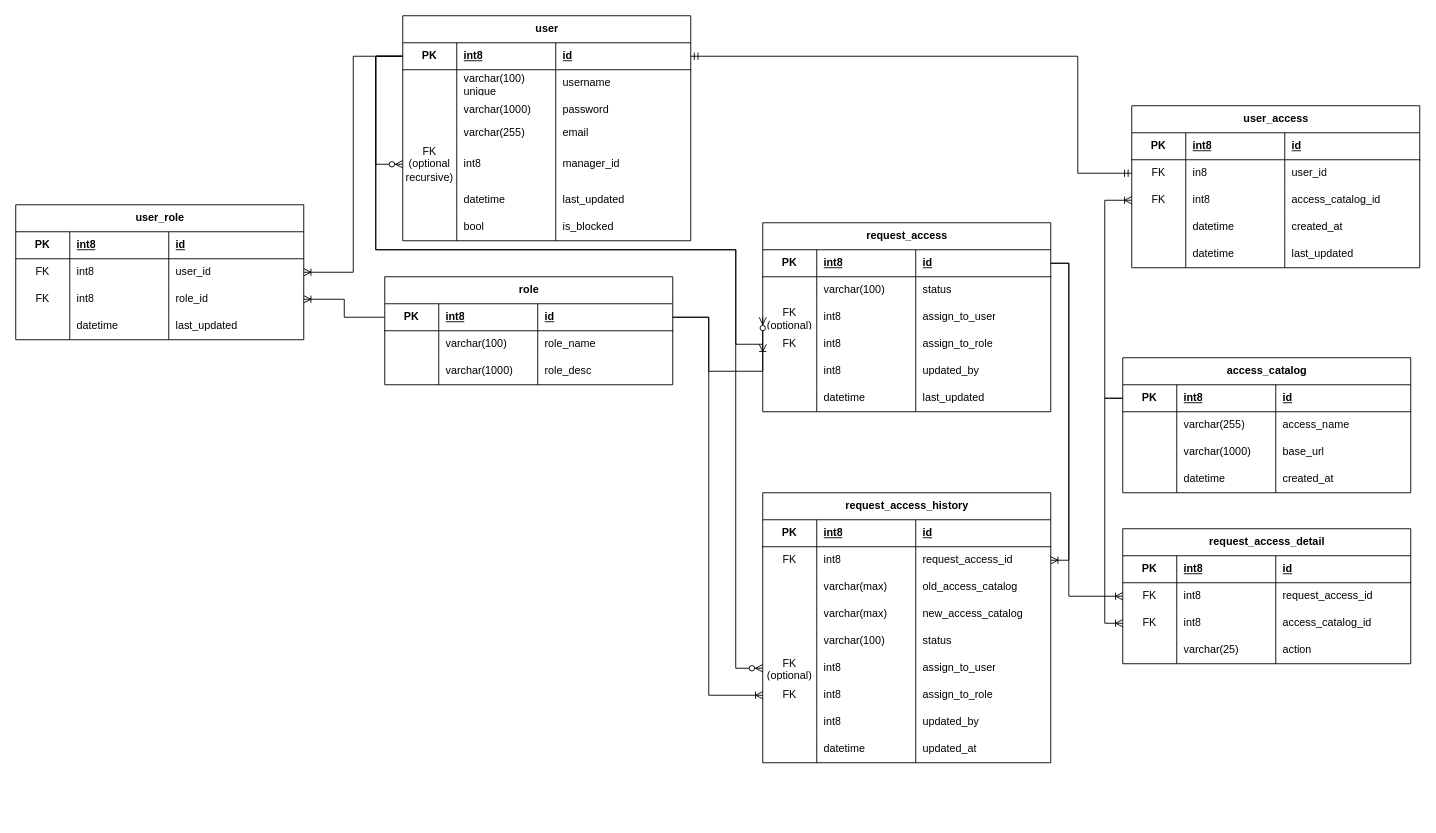
DakiGemoy/iam-services keeps this draw.io diagram as iam_service_erd.drawio. Above is the earlier version. Source tidied: cells renumbered, new cells numbered last; positions are measured from the earlier drawing's top-left corner, leaving out a move shared by most shapes. Both pictures are drawn from the tidied source at 90%, with x=0, y=0 at pixel (15, 15).
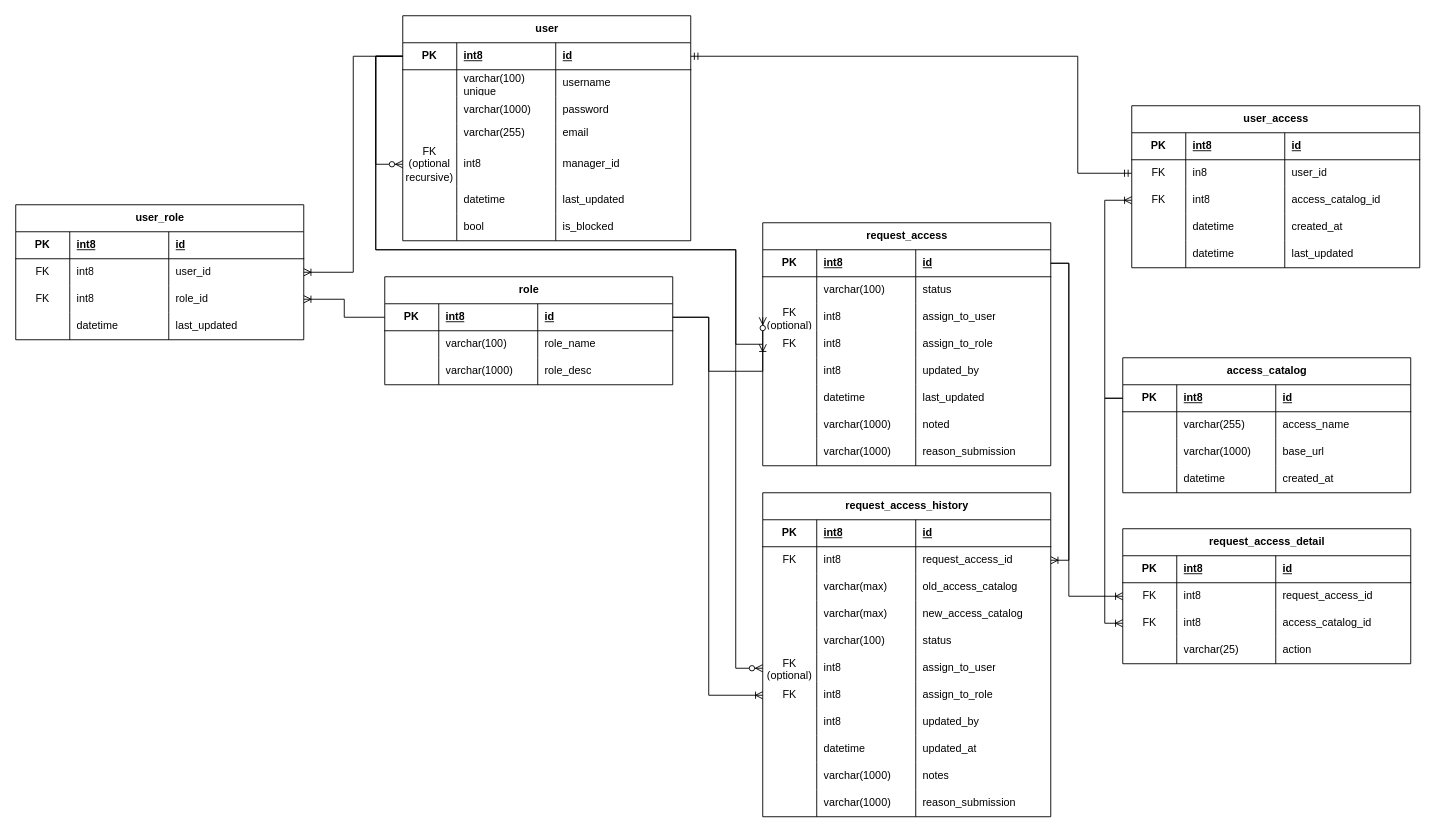
The same diagram, later.

Commit message:
finalisasi erd

What changed in the source:
```diff
@@
     <mxCell id="100" value="request_access" style="shape=table;startSize=30;childLayout=tableLayout;rowLines=0;fontStyle=1;align=center;html=1;" parent="1" vertex="1">
-      <mxGeometry x="830" y="230" width="320" height="210" as="geometry" />
+      <mxGeometry x="830" y="230" width="320" height="270" as="geometry" />
     </mxCell>
@@
+    <mxCell id="190" style="shape=tableRow;horizontal=0;startSize=0;swimlaneHead=0;swimlaneBody=0;fillColor=none;top=0;left=0;right=0;bottom=0;" parent="100" vertex="1">
+      <mxGeometry y="210" width="320" height="30" as="geometry" />
+    </mxCell>
+    <mxCell id="191" style="shape=partialRectangle;fillColor=none;top=0;left=0;bottom=0;right=0;overflow=hidden;whiteSpace=wrap;html=1;" parent="190" vertex="1">
+      <mxGeometry width="60" height="30" as="geometry" />
+    </mxCell>
+    <mxCell id="192" value="varchar(1000)" style="shape=partialRectangle;fillColor=none;top=0;left=0;bottom=0;right=0;align=left;spacingLeft=6;overflow=hidden;whiteSpace=wrap;html=1;" parent="190" vertex="1">
+      <mxGeometry x="60" width="110" height="30" as="geometry" />
+    </mxCell>
+    <mxCell id="193" value="noted" style="shape=partialRectangle;fillColor=none;top=0;left=0;bottom=0;right=0;align=left;spacingLeft=6;overflow=hidden;whiteSpace=wrap;html=1;" parent="190" vertex="1">
+      <mxGeometry x="170" width="150" height="30" as="geometry" />
+    </mxCell>
+    <mxCell id="194" style="shape=tableRow;horizontal=0;startSize=0;swimlaneHead=0;swimlaneBody=0;fillColor=none;top=0;left=0;right=0;bottom=0;" parent="100" vertex="1">
+      <mxGeometry y="240" width="320" height="30" as="geometry" />
+    </mxCell>
+    <mxCell id="195" style="shape=partialRectangle;fillColor=none;top=0;left=0;bottom=0;right=0;overflow=hidden;whiteSpace=wrap;html=1;" parent="194" vertex="1">
+      <mxGeometry width="60" height="30" as="geometry" />
+    </mxCell>
+    <mxCell id="196" value="varchar(1000)" style="shape=partialRectangle;fillColor=none;top=0;left=0;bottom=0;right=0;align=left;spacingLeft=6;overflow=hidden;whiteSpace=wrap;html=1;" parent="194" vertex="1">
+      <mxGeometry x="60" width="110" height="30" as="geometry" />
+    </mxCell>
+    <mxCell id="197" value="reason_submission" style="shape=partialRectangle;fillColor=none;top=0;left=0;bottom=0;right=0;align=left;spacingLeft=6;overflow=hidden;whiteSpace=wrap;html=1;" parent="194" vertex="1">
+      <mxGeometry x="170" width="150" height="30" as="geometry" />
+    </mxCell>
     <mxCell id="125" value="request_access_history" style="shape=table;startSize=30;childLayout=tableLayout;rowLines=0;fontStyle=1;align=center;html=1;" parent="1" vertex="1">
-      <mxGeometry x="830" y="530" width="320" height="300" as="geometry" />
+      <mxGeometry x="830" y="530" width="320" height="360" as="geometry" />
     </mxCell>
@@
+    <mxCell id="198" style="shape=tableRow;horizontal=0;startSize=0;swimlaneHead=0;swimlaneBody=0;fillColor=none;top=0;left=0;right=0;bottom=0;" parent="125" vertex="1">
+      <mxGeometry y="300" width="320" height="30" as="geometry" />
+    </mxCell>
+    <mxCell id="199" style="shape=partialRectangle;fillColor=none;top=0;left=0;bottom=0;right=0;overflow=hidden;whiteSpace=wrap;html=1;" parent="198" vertex="1">
+      <mxGeometry width="60" height="30" as="geometry" />
+    </mxCell>
+    <mxCell id="200" value="varchar(1000)" style="shape=partialRectangle;fillColor=none;top=0;left=0;bottom=0;right=0;align=left;spacingLeft=6;overflow=hidden;whiteSpace=wrap;html=1;" parent="198" vertex="1">
+      <mxGeometry x="60" width="110" height="30" as="geometry" />
+    </mxCell>
+    <mxCell id="201" value="notes" style="shape=partialRectangle;fillColor=none;top=0;left=0;bottom=0;right=0;align=left;spacingLeft=6;overflow=hidden;whiteSpace=wrap;html=1;" parent="198" vertex="1">
+      <mxGeometry x="170" width="150" height="30" as="geometry" />
+    </mxCell>
+    <mxCell id="202" style="shape=tableRow;horizontal=0;startSize=0;swimlaneHead=0;swimlaneBody=0;fillColor=none;top=0;left=0;right=0;bottom=0;" parent="125" vertex="1">
+      <mxGeometry y="330" width="320" height="30" as="geometry" />
+    </mxCell>
+    <mxCell id="203" style="shape=partialRectangle;fillColor=none;top=0;left=0;bottom=0;right=0;overflow=hidden;whiteSpace=wrap;html=1;" parent="202" vertex="1">
+      <mxGeometry width="60" height="30" as="geometry" />
+    </mxCell>
+    <mxCell id="204" value="varchar(1000)" style="shape=partialRectangle;fillColor=none;top=0;left=0;bottom=0;right=0;align=left;spacingLeft=6;overflow=hidden;whiteSpace=wrap;html=1;" parent="202" vertex="1">
+      <mxGeometry x="60" width="110" height="30" as="geometry" />
+    </mxCell>
+    <mxCell id="205" value="reason_submission" style="shape=partialRectangle;fillColor=none;top=0;left=0;bottom=0;right=0;align=left;spacingLeft=6;overflow=hidden;whiteSpace=wrap;html=1;" parent="202" vertex="1">
+      <mxGeometry x="170" width="150" height="30" as="geometry" />
+    </mxCell>
```
